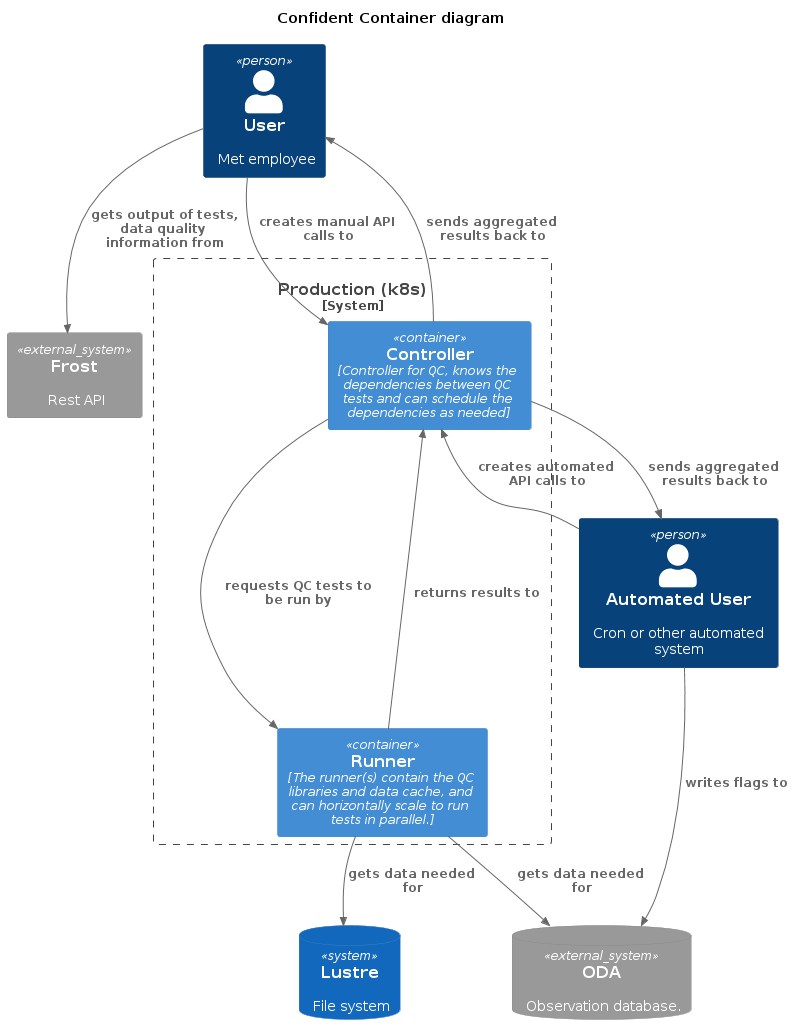
Before: docs/Confident_Container.png, a diagram exported from PlantUML (metno/rove). Source of this version:
```plantuml
@startuml Confident_Container
!include https://raw.githubusercontent.com/plantuml-stdlib/C4-PlantUML/master/C4_Container.puml

LAYOUT_TOP_DOWN()

title
  Confident Container diagram
end title

Person(user, "User", "Met employee")
Person(automated_user, "Automated User", "Cron or other automated system")

System_Ext(frost, "Frost", "Rest API")
SystemDb_Ext(oda, "ODA", "Observation database.")
SystemDb(lustre, "Lustre", "File system")

System_Boundary(K8s, "Production (k8s)") {
  Container(controller, "Controller", "Controller for QC, knows the dependencies between QC tests and can schedule the dependencies as needed")
  Container(runner, "Runner", "The runner(s) contain the QC libraries and data cache, and can horizontally scale to run tests in parallel.")
}

Rel(controller, runner, "requests QC tests to be run by")
Rel(runner, controller, "returns results to")
Rel(controller, automated_user, "sends aggregated results back to")
Rel(controller, user, "sends aggregated results back to")
Rel(automated_user, oda, "writes flags to")

Rel(user, controller, "creates manual API calls to")
Rel(automated_user, controller, "creates automated API calls to")
Rel(runner, oda, "gets data needed for")
Rel(runner, lustre, "gets data needed for")
Rel(user, frost, "gets output of tests, data quality information from")
@enduml
```
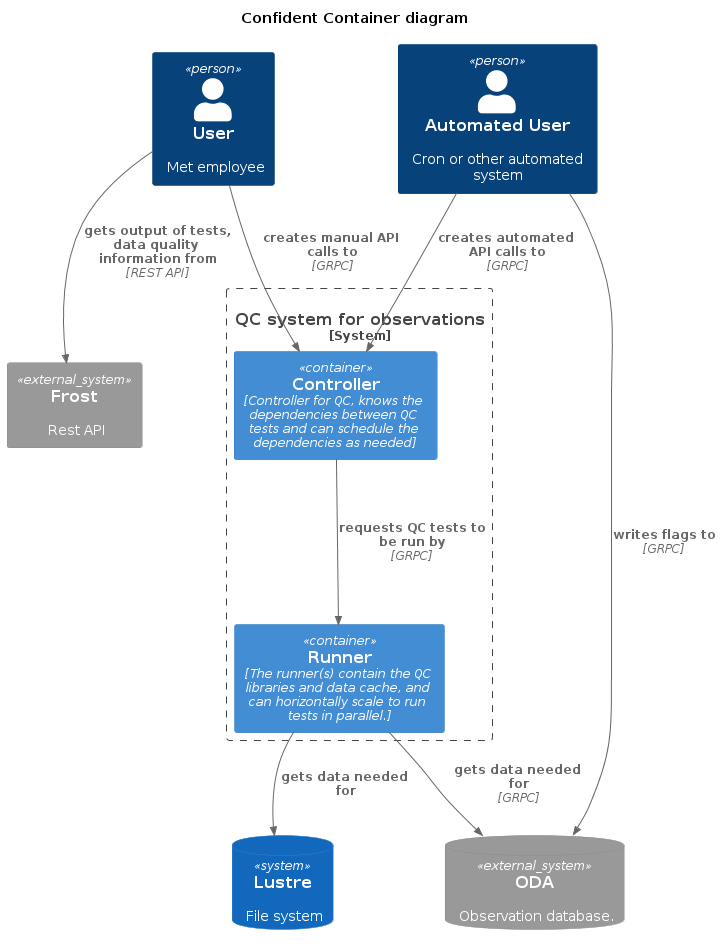
After the change.

Commit message:
simplify c4 diagrams

The edit, as a diff of the source:
```diff
@@ -14,20 +14,17 @@
 SystemDb_Ext(oda, "ODA", "Observation database.")
 SystemDb(lustre, "Lustre", "File system")
 
-System_Boundary(K8s, "Production (k8s)") {
+System_Boundary(Confident, "QC system for observations") {
   Container(controller, "Controller", "Controller for QC, knows the dependencies between QC tests and can schedule the dependencies as needed")
   Container(runner, "Runner", "The runner(s) contain the QC libraries and data cache, and can horizontally scale to run tests in parallel.")
 }
 
-Rel(controller, runner, "requests QC tests to be run by")
-Rel(runner, controller, "returns results to")
-Rel(controller, automated_user, "sends aggregated results back to")
-Rel(controller, user, "sends aggregated results back to")
-Rel(automated_user, oda, "writes flags to")
+Rel(controller, runner, "requests QC tests to be run by", "GRPC")
+Rel(automated_user, oda, "writes flags to", "GRPC")
 
-Rel(user, controller, "creates manual API calls to")
-Rel(automated_user, controller, "creates automated API calls to")
-Rel(runner, oda, "gets data needed for")
+Rel(user, controller, "creates manual API calls to", "GRPC")
+Rel(automated_user, controller, "creates automated API calls to", "GRPC")
+Rel(runner, oda, "gets data needed for", "GRPC")
 Rel(runner, lustre, "gets data needed for")
-Rel(user, frost, "gets output of tests, data quality information from")
+Rel(user, frost, "gets output of tests, data quality information from", "REST API")
 @enduml
```
